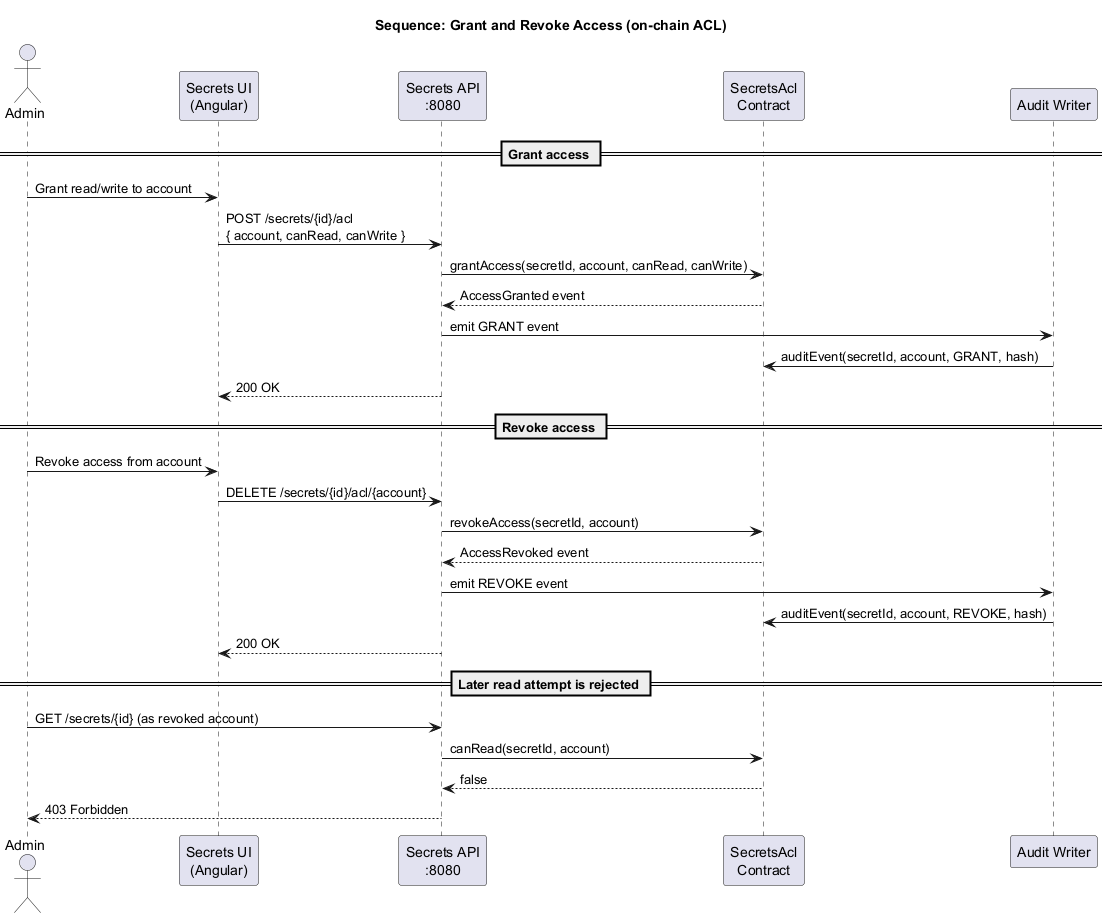
igorsatsyuk/blockchain-secrets-vault keeps this PlantUML diagram as docs/diagrams/sequence-grant-revoke.png. Above is the earlier version. The source it was exported from:
```plantuml
@startuml
!pragma layout smetana
title Sequence: Grant and Revoke Access (on-chain ACL)

actor Admin
participant "Secrets UI\n(Angular)" as UI
participant "Secrets API\n:8080" as API
participant "SecretsAcl\nContract" as Contract
participant "Audit Writer" as Audit

== Grant access ==
Admin -> UI: Grant read/write to account
UI -> API: POST /secrets/{id}/acl\n{ account, canRead, canWrite }
API -> Contract: grantAccess(secretId, account, canRead, canWrite)
Contract --> API: AccessGranted event
API -> Audit: emit GRANT event
Audit -> Contract: auditEvent(secretId, account, GRANT, hash)
API --> UI: 200 OK

== Revoke access ==
Admin -> UI: Revoke access from account
UI -> API: DELETE /secrets/{id}/acl/{account}
API -> Contract: revokeAccess(secretId, account)
Contract --> API: AccessRevoked event
API -> Audit: emit REVOKE event
Audit -> Contract: auditEvent(secretId, account, REVOKE, hash)
API --> UI: 200 OK

== Later read attempt is rejected ==
Admin -> API: GET /secrets/{id} (as revoked account)
API -> Contract: canRead(secretId, account)
Contract --> API: false
API --> Admin: 403 Forbidden

@enduml
```
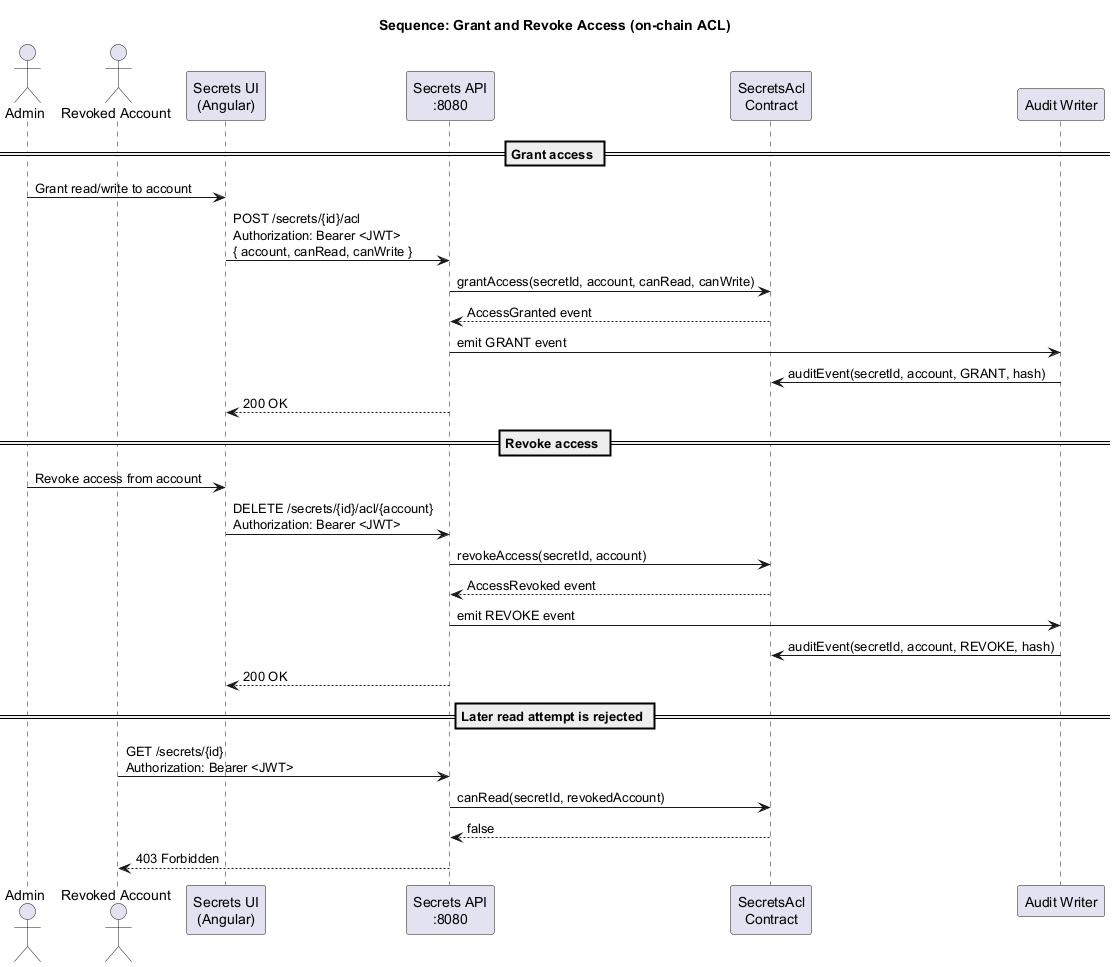
Above is the later version.

Commit message:
docs: address review on grant/revoke sequence diagram

- Add Authorization: Bearer <JWT> to grant and revoke API calls
- Model the rejected read with a dedicated Revoked Account actor
  instead of reusing Admin

Change to the diagram source:
```diff
@@ -3,6 +3,7 @@
 title Sequence: Grant and Revoke Access (on-chain ACL)
 
 actor Admin
+actor "Revoked Account" as Revoked
 participant "Secrets UI\n(Angular)" as UI
 participant "Secrets API\n:8080" as API
 participant "SecretsAcl\nContract" as Contract
@@ -10,7 +11,7 @@
 
 == Grant access ==
 Admin -> UI: Grant read/write to account
-UI -> API: POST /secrets/{id}/acl\n{ account, canRead, canWrite }
+UI -> API: POST /secrets/{id}/acl\nAuthorization: Bearer <JWT>\n{ account, canRead, canWrite }
 API -> Contract: grantAccess(secretId, account, canRead, canWrite)
 Contract --> API: AccessGranted event
 API -> Audit: emit GRANT event
@@ -19,7 +20,7 @@
 
 == Revoke access ==
 Admin -> UI: Revoke access from account
-UI -> API: DELETE /secrets/{id}/acl/{account}
+UI -> API: DELETE /secrets/{id}/acl/{account}\nAuthorization: Bearer <JWT>
 API -> Contract: revokeAccess(secretId, account)
 Contract --> API: AccessRevoked event
 API -> Audit: emit REVOKE event
@@ -27,9 +28,9 @@
 API --> UI: 200 OK
 
 == Later read attempt is rejected ==
-Admin -> API: GET /secrets/{id} (as revoked account)
-API -> Contract: canRead(secretId, account)
+Revoked -> API: GET /secrets/{id}\nAuthorization: Bearer <JWT>
+API -> Contract: canRead(secretId, revokedAccount)
 Contract --> API: false
-API --> Admin: 403 Forbidden
+API --> Revoked: 403 Forbidden
 
 @enduml
```
